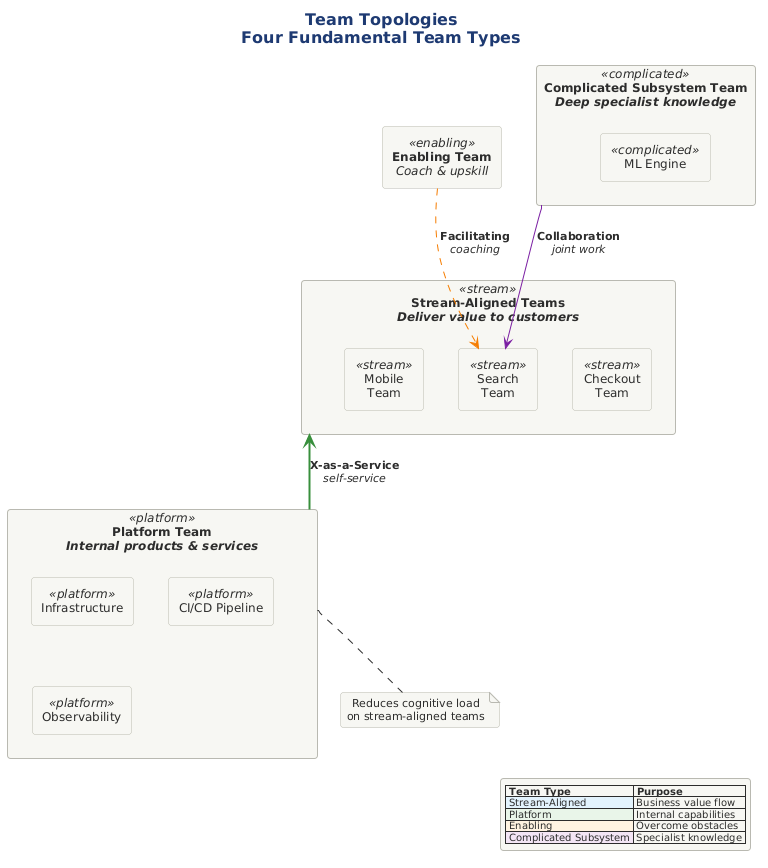
Notoriousjayy/latex-docs keeps this PlantUML diagram as src/architecture/views-and-beyond/style-catalogs/allocation/work-assignment-style/png/07-team-topologies.png. Above is the earlier version.
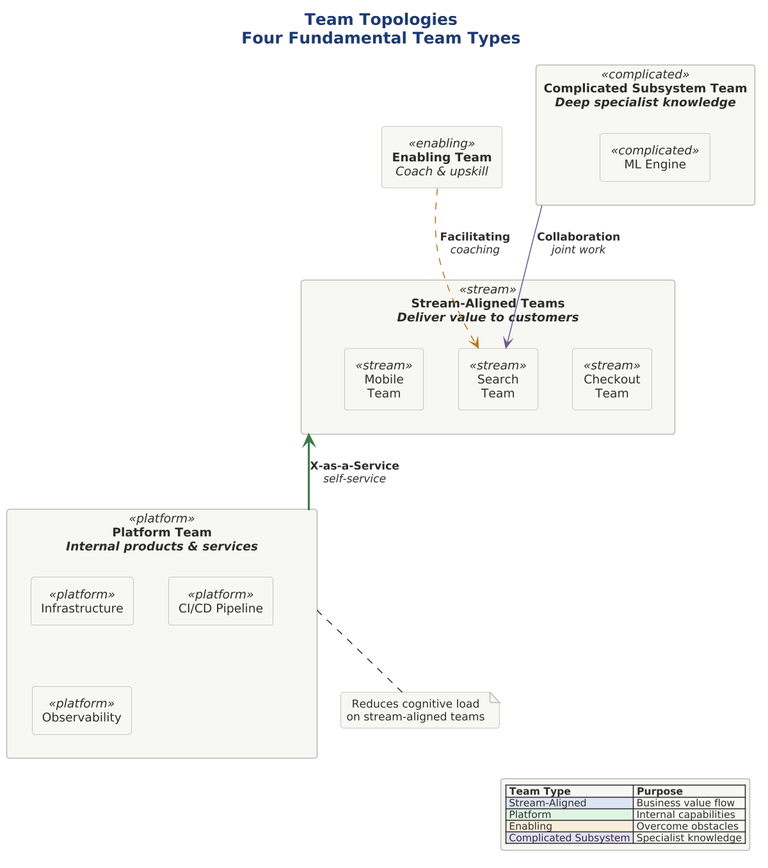
After the commit.

Diff of the diagram source:
```diff
@@ -1,4 +1,9 @@
 @startuml 07-team-topologies
+
+skinparam dpi 150
+
+
+
 
 !include ../../../../../../tooling/styles/plantuml/structural/component-diagram-style.iuml
 
@@ -22,9 +27,9 @@
     rectangle "ML Engine" <<complicated>> as ml
 }
 
-platform -[#388E3C,bold]u-> stream : **X-as-a-Service**\n//self-service//
-enabling -[#F57C00,dashed]-> search : **Facilitating**\n//coaching//
-complicated -[#7B1FA2]-> search : **Collaboration**\n//joint work//
+platform -[$line_ok,bold]u-> stream : **X-as-a-Service**\n//self-service//
+enabling -[$line_caution,dashed]-> search : **Facilitating**\n//coaching//
+complicated -[$line_alt]-> search : **Collaboration**\n//joint work//
 
 note bottom of platform
   Reduces cognitive load
@@ -33,10 +38,10 @@
 
 legend right
 |= Team Type |= Purpose |
-| <#E3F2FD> Stream-Aligned | Business value flow |
-| <#E8F5E9> Platform | Internal capabilities |
-| <#FFF3E0> Enabling | Overcome obstacles |
-| <#F3E5F5> Complicated Subsystem | Specialist knowledge |
+| <$fill_primary> Stream-Aligned | Business value flow |
+| <$fill_ok> Platform | Internal capabilities |
+| <$fill_caution> Enabling | Overcome obstacles |
+| <$fill_alt> Complicated Subsystem | Specialist knowledge |
 endlegend
 
 @enduml
```
